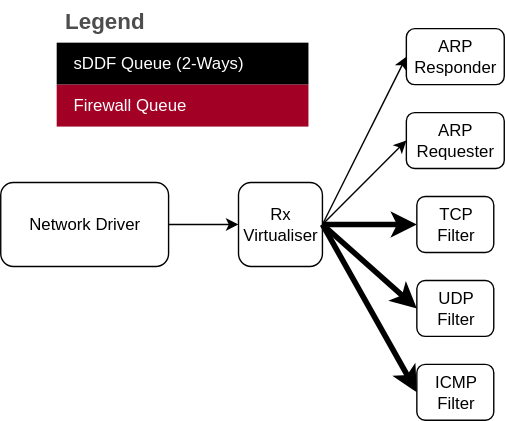
The draw.io diagram static/firewall_net_components.svg in au-ts/lionsos.org, before a commit. Source tidied: cells renumbered, new cells last; positions are measured from the earlier drawing's top-left corner, leaving out a move shared by most shapes.
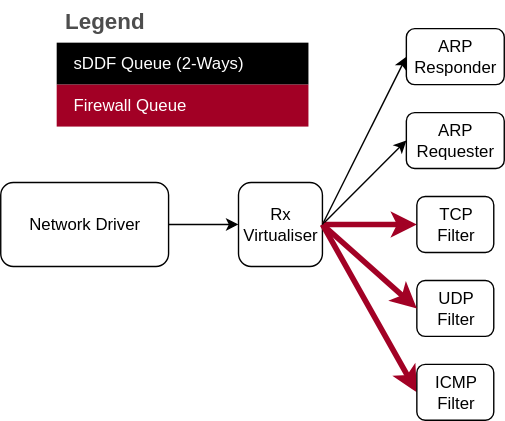
The same diagram one commit later.

Commit message:
fix diagram to show red on both light/dark mode devices

Change to the diagram source:
```diff
@@ -5,10 +5,10 @@
     <mxCell id="2" value="Rx Virtualiser" style="rounded=1;whiteSpace=wrap;html=1;" parent="1" vertex="1">
       <mxGeometry x="170" y="130" width="60" height="60" as="geometry" />
     </mxCell>
-    <mxCell id="3" style="endArrow=classic;html=1;rounded=0;exitX=1;exitY=0.5;exitDx=0;exitDy=0;entryX=0;entryY=0.5;entryDx=0;entryDy=0;strokeColor=light-dark(#000000,#A20125);strokeWidth=4;" parent="1" edge="1" source="2" target="9">
+    <mxCell id="3" style="endArrow=classic;html=1;rounded=0;exitX=1;exitY=0.5;exitDx=0;exitDy=0;entryX=0;entryY=0.5;entryDx=0;entryDy=0;strokeColor=light-dark(#A20125,#A20125);strokeWidth=4;" parent="1" edge="1" source="2" target="9">
       <mxGeometry relative="1" as="geometry" />
     </mxCell>
-    <mxCell id="4" style="endArrow=classic;html=1;rounded=0;exitX=1;exitY=0.5;exitDx=0;exitDy=0;entryX=0;entryY=0.5;entryDx=0;entryDy=0;strokeColor=light-dark(#000000,#A20125);strokeWidth=4;" parent="1" edge="1" source="2" target="7">
+    <mxCell id="4" style="endArrow=classic;html=1;rounded=0;exitX=1;exitY=0.5;exitDx=0;exitDy=0;entryX=0;entryY=0.5;entryDx=0;entryDy=0;strokeColor=light-dark(#A20125,#A20125);strokeWidth=4;" parent="1" edge="1" source="2" target="7">
       <mxGeometry relative="1" as="geometry" />
     </mxCell>
     <mxCell id="5" value="&lt;div&gt;ARP&lt;/div&gt;&lt;div&gt;Requester&lt;/div&gt;" style="rounded=1;whiteSpace=wrap;html=1;" parent="1" vertex="1">
@@ -26,7 +26,7 @@
     <mxCell id="9" value="&lt;div&gt;TCP&lt;/div&gt;&lt;div&gt;Filter&lt;/div&gt;" style="rounded=1;whiteSpace=wrap;html=1;" parent="1" vertex="1">
       <mxGeometry x="297.5" y="140" width="55" height="40" as="geometry" />
     </mxCell>
-    <mxCell id="10" style="endArrow=classic;html=1;rounded=0;exitX=1;exitY=0.5;exitDx=0;exitDy=0;entryX=0;entryY=0.5;entryDx=0;entryDy=0;strokeColor=light-dark(#000000,#A20125);strokeWidth=4;" parent="1" edge="1" source="2" target="8">
+    <mxCell id="10" style="endArrow=classic;html=1;rounded=0;exitX=1;exitY=0.5;exitDx=0;exitDy=0;entryX=0;entryY=0.5;entryDx=0;entryDy=0;strokeColor=light-dark(#A20125,#A20125);strokeWidth=4;" parent="1" edge="1" source="2" target="8">
       <mxGeometry relative="1" as="geometry" />
     </mxCell>
     <mxCell id="11" value="&lt;div&gt;Network Driver&lt;/div&gt;" style="rounded=1;whiteSpace=wrap;html=1;" parent="1" vertex="1">
```
